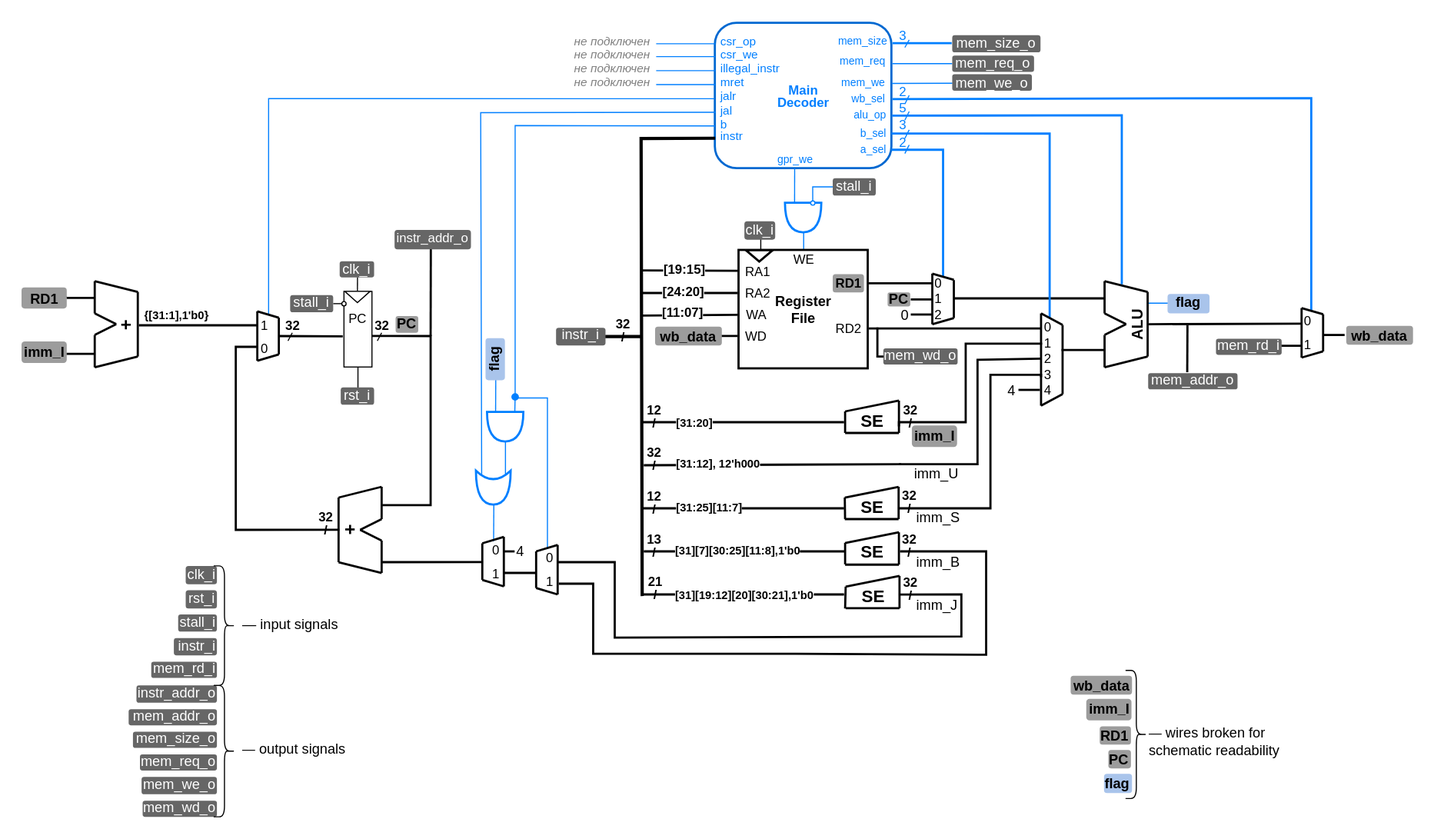
The draw.io diagram .pic/Labs/lab_07_dp/fig_01.drawio.svg in MPSU/APS, before a commit. Source tidied: cells renumbered, new cells last; positions are measured from the earlier drawing's top-left corner, leaving out a move shared by most shapes.
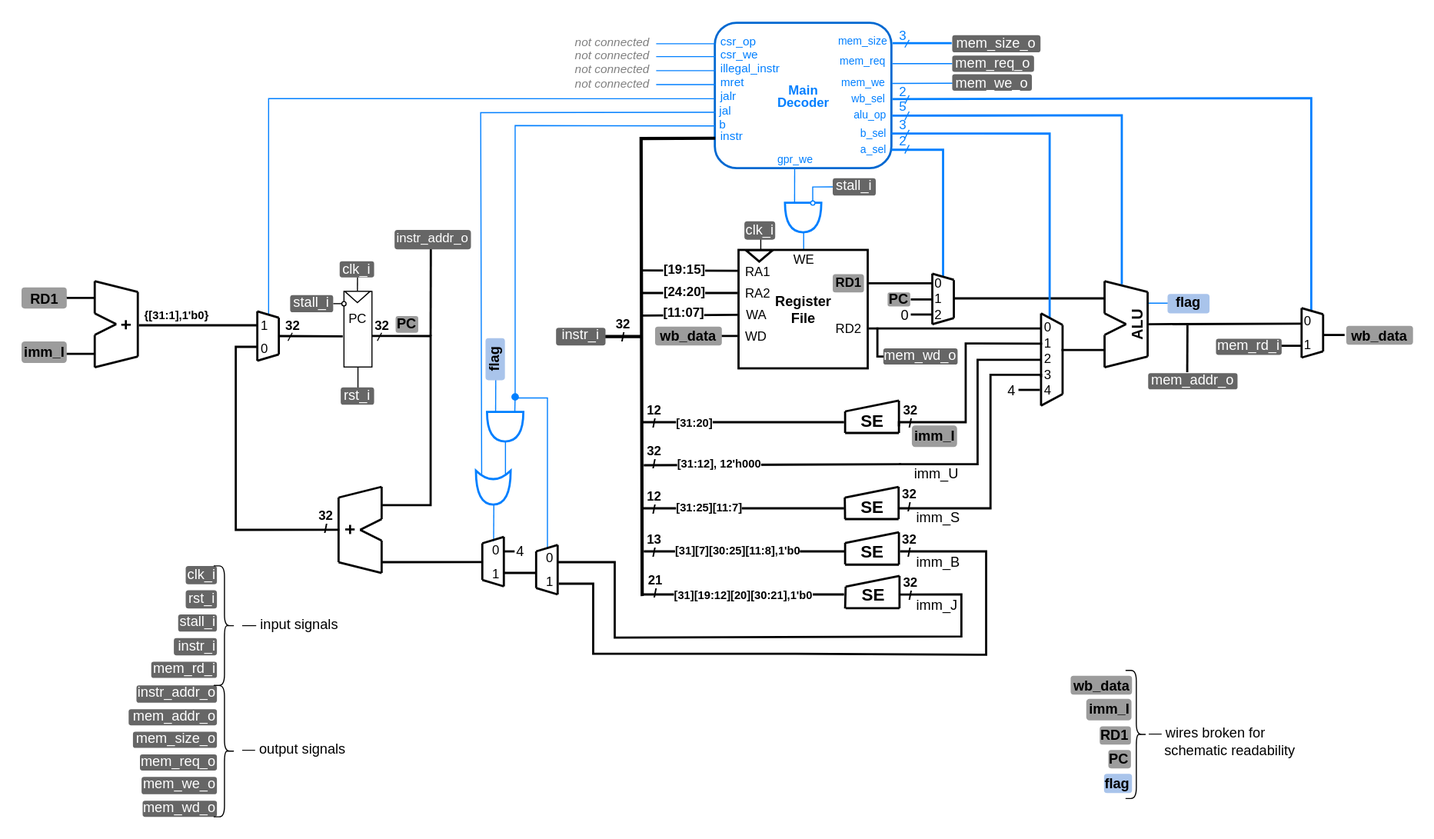
The same diagram one commit later.

What changed in the source:
```diff
@@ -1002,8 +1002,8 @@
         <mxPoint x="644" y="57" as="targetPoint" />
       </mxGeometry>
     </mxCell>
-    <mxCell id="200" value="&lt;font color=&quot;#808080&quot;&gt;&lt;span style=&quot;font-size: 11px;&quot;&gt;&lt;i&gt;не подключен&lt;/i&gt;&lt;/span&gt;&lt;/font&gt;" style="text;html=1;align=center;verticalAlign=middle;strokeColor=none;fillColor=none;" parent="1" vertex="1">
-      <mxGeometry x="503" y="41.5" width="90" height="27" as="geometry" />
+    <mxCell id="200" value="&lt;i style=&quot;color: rgb(128, 128, 128); font-size: 11px;&quot;&gt;not connected&lt;/i&gt;" style="text;html=1;align=center;verticalAlign=middle;strokeColor=none;fillColor=none;" parent="1" vertex="1">
+      <mxGeometry x="504" y="41.5" width="88" height="28" as="geometry" />
     </mxCell>
     <mxCell id="201" style="endArrow=none;html=1;rounded=0;comic=0;strokeColor=#000000;fontSize=9;fontColor=#000000;startSize=6;endSize=6;jiggle=0.5;strokeWidth=2;" parent="1" edge="1">
       <mxGeometry relative="1" as="geometry">
@@ -1073,7 +1073,7 @@
     <mxCell id="218" style="shape=curlyBracket;whiteSpace=wrap;html=1;rounded=1;flipH=1;labelPosition=right;verticalLabelPosition=middle;align=left;verticalAlign=middle;" parent="1" vertex="1">
       <mxGeometry x="1025" y="601" width="20" height="119" as="geometry" />
     </mxCell>
-    <mxCell id="219" value="—&lt;span style=&quot;color: rgb(0, 0, 0); font-family: Helvetica; font-size: 13px; font-style: normal; font-variant-ligatures: normal; font-variant-caps: normal; font-weight: 400; letter-spacing: normal; orphans: 2; text-align: center; text-indent: 0px; text-transform: none; widows: 2; word-spacing: 0px; -webkit-text-stroke-width: 0px; text-decoration-thickness: initial; text-decoration-style: initial; text-decoration-color: initial; float: none; display: inline !important;&quot;&gt; wires broken for schematic readability&lt;/span&gt;" style="text;whiteSpace=wrap;html=1;labelBackgroundColor=none;" parent="1" vertex="1">
+    <mxCell id="219" value="—&lt;span style=&quot;color: rgb(0, 0, 0); font-family: Helvetica; font-size: 13px; font-style: normal; font-variant-ligatures: normal; font-variant-caps: normal; font-weight: 400; letter-spacing: normal; orphans: 2; text-align: center; text-indent: 0px; text-transform: none; widows: 2; word-spacing: 0px; -webkit-text-stroke-width: 0px; text-decoration-thickness: initial; text-decoration-style: initial; text-decoration-color: initial; float: none; display: inline !important;&quot;&gt; wires broken for&amp;nbsp; &amp;nbsp; &amp;nbsp; &amp;nbsp; &amp;nbsp; &amp;nbsp; &amp;nbsp; &amp;nbsp; &amp;nbsp; &amp;nbsp; schematic readability&lt;/span&gt;" style="text;whiteSpace=wrap;html=1;labelBackgroundColor=none;" parent="1" vertex="1">
       <mxGeometry x="1045" y="645" width="166" height="74" as="geometry" />
     </mxCell>
     <mxCell id="220" value="&lt;font style=&quot;font-size: 13px;&quot;&gt;PC&lt;/font&gt;" style="text;html=1;strokeColor=none;fillColor=#9C9C9C;align=right;verticalAlign=middle;whiteSpace=wrap;rounded=1;fontSize=13;fontColor=#000000;comic=0;jiggle=0.5;fontStyle=1;" parent="1" vertex="1">
@@ -1209,8 +1209,8 @@
         <mxPoint x="644" y="44" as="targetPoint" />
       </mxGeometry>
     </mxCell>
-    <mxCell id="255" value="&lt;font color=&quot;#808080&quot;&gt;&lt;span style=&quot;font-size: 11px;&quot;&gt;&lt;i&gt;не подключен&lt;/i&gt;&lt;/span&gt;&lt;/font&gt;" style="text;html=1;align=center;verticalAlign=middle;strokeColor=none;fillColor=none;" parent="1" vertex="1">
-      <mxGeometry x="503" y="28.5" width="90" height="27" as="geometry" />
+    <mxCell id="255" value="&lt;i style=&quot;color: rgb(128, 128, 128); font-size: 11px;&quot;&gt;not connected&lt;/i&gt;" style="text;html=1;align=center;verticalAlign=middle;strokeColor=none;fillColor=none;" parent="1" vertex="1">
+      <mxGeometry x="504" y="28.5" width="88" height="28" as="geometry" />
     </mxCell>
     <mxCell id="256" style="endArrow=none;html=1;rounded=0;comic=0;strokeColor=#007FFF;fontSize=16;fontColor=#000000;startSize=6;endSize=6;jiggle=0.5;entryX=0;entryY=0.5;entryDx=0;entryDy=0;endFill=0;startArrow=none;startFill=0;" parent="1" edge="1">
       <mxGeometry relative="1" as="geometry">
@@ -1218,8 +1218,8 @@
         <mxPoint x="644" y="31" as="targetPoint" />
       </mxGeometry>
     </mxCell>
-    <mxCell id="257" value="&lt;font color=&quot;#808080&quot;&gt;&lt;span style=&quot;font-size: 11px;&quot;&gt;&lt;i&gt;не подключен&lt;/i&gt;&lt;/span&gt;&lt;/font&gt;" style="text;html=1;align=center;verticalAlign=middle;strokeColor=none;fillColor=none;" parent="1" vertex="1">
-      <mxGeometry x="503" y="15.5" width="90" height="27" as="geometry" />
+    <mxCell id="257" value="&lt;i style=&quot;color: rgb(128, 128, 128); font-size: 11px;&quot;&gt;not connected&lt;/i&gt;" style="text;html=1;align=center;verticalAlign=middle;strokeColor=none;fillColor=none;" parent="1" vertex="1">
+      <mxGeometry x="504" y="15.5" width="88" height="28" as="geometry" />
     </mxCell>
     <mxCell id="258" style="endArrow=none;html=1;rounded=0;comic=0;strokeColor=#007FFF;fontSize=16;fontColor=#000000;startSize=6;endSize=6;jiggle=0.5;entryX=0;entryY=0.5;entryDx=0;entryDy=0;endFill=0;startArrow=none;startFill=0;" parent="1" edge="1">
       <mxGeometry relative="1" as="geometry">
@@ -1227,8 +1227,8 @@
         <mxPoint x="644" y="19" as="targetPoint" />
       </mxGeometry>
     </mxCell>
-    <mxCell id="259" value="&lt;font color=&quot;#808080&quot;&gt;&lt;span style=&quot;font-size: 11px;&quot;&gt;&lt;i&gt;не подключен&lt;/i&gt;&lt;/span&gt;&lt;/font&gt;" style="text;html=1;align=center;verticalAlign=middle;strokeColor=none;fillColor=none;" parent="1" vertex="1">
-      <mxGeometry x="503" y="3.5" width="90" height="27" as="geometry" />
+    <mxCell id="259" value="&lt;font color=&quot;#808080&quot;&gt;&lt;span style=&quot;font-size: 11px;&quot;&gt;&lt;i&gt;not connected&lt;/i&gt;&lt;/span&gt;&lt;/font&gt;" style="text;html=1;align=center;verticalAlign=middle;strokeColor=none;fillColor=none;" parent="1" vertex="1">
+      <mxGeometry x="504" y="3.5" width="88" height="28" as="geometry" />
     </mxCell>
     <mxCell id="260" value="&lt;font style=&quot;font-size: 11px;&quot;&gt;&amp;nbsp;mret&lt;/font&gt;" style="text;html=1;strokeColor=none;fillColor=none;align=left;verticalAlign=middle;whiteSpace=wrap;rounded=0;fontSize=9;fontColor=#007FFF;comic=0;jiggle=0.5;" parent="1" vertex="1">
       <mxGeometry x="644" y="50" width="61" height="10" as="geometry" />
```
